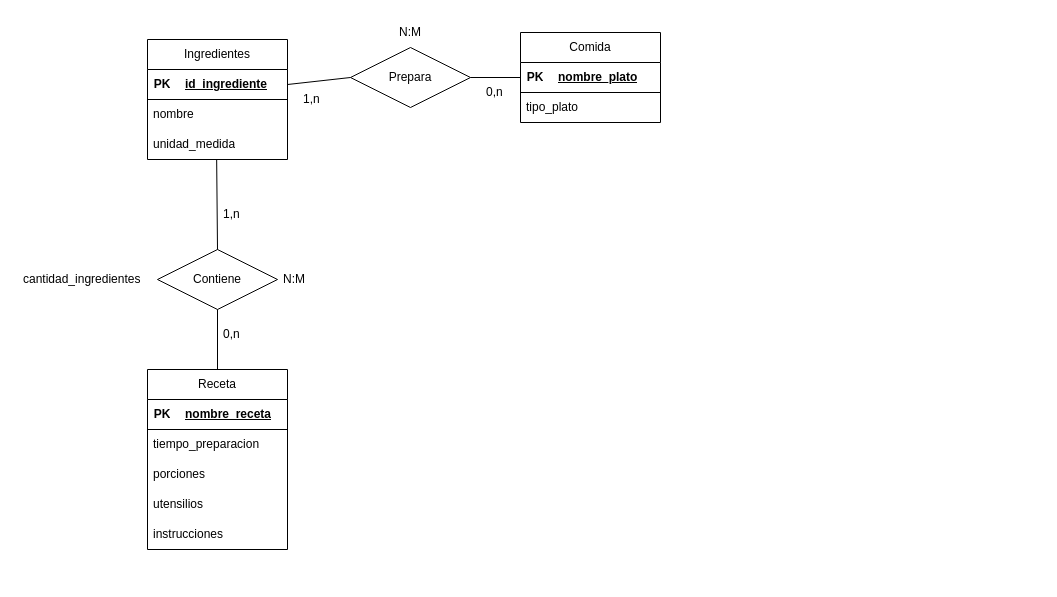
The draw.io diagram Ejercicio09.drawio in Daninuro/diagrames-cvf-dn-mpl-n-11102023, before the edit. Source tidied: cells renumbered, new cells numbered last; positions are measured from the earlier drawing's top-left corner, leaving out a move shared by most shapes. Both pictures are drawn from the tidied source at 100%, with x=0, y=0 at pixel (17, 17).
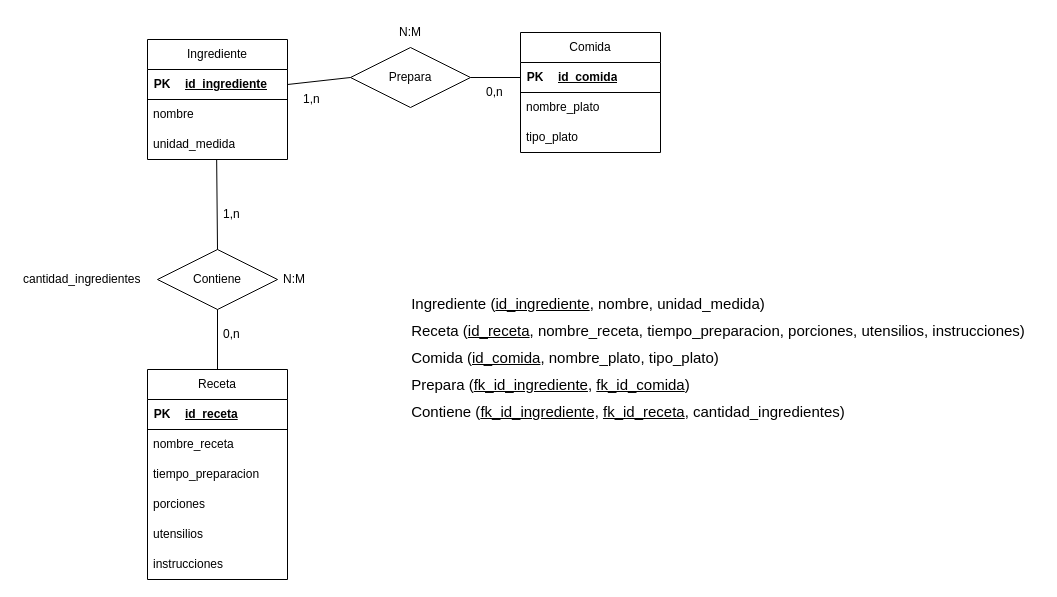
The same page after the edit.

The change refers to these unchanged cells:
```xml
<mxCell id="4" style="shape=tableRow;horizontal=0;startSize=0;swimlaneHead=0;swimlaneBody=0;fillColor=none;top=0;left=0;right=0;bottom=1;" parent="3" vertex="1">
  <mxGeometry width="140" height="30" as="geometry" />
</mxCell>
<mxCell id="20" style="shape=tableRow;horizontal=0;startSize=0;swimlaneHead=0;swimlaneBody=0;fillColor=none;points=[[0,0.5],[1,0.5]];portConstraint=eastwest;top=0;left=0;right=0;bottom=1;" parent="19" vertex="1">
  <mxGeometry width="140" height="30" as="geometry" />
</mxCell>
```

The edit, as a diff of the source:
```diff
@@
     <mxCell id="2" value="Receta" style="swimlane;fontStyle=0;horizontal=1;startSize=30;whiteSpace=wrap;html=1;" parent="1" vertex="1">
-      <mxGeometry x="130" y="352" width="140" height="180" as="geometry" />
+      <mxGeometry x="130" y="352" width="140" height="210" as="geometry" />
     </mxCell>
@@
-    <mxCell id="6" value="nombre_receta" style="shape=partialRectangle;fillColor=none;top=0;left=0;bottom=0;right=0;align=left;spacingLeft=6;fontStyle=5;overflow=hidden;whiteSpace=wrap;html=1;" parent="4" vertex="1">
+    <mxCell id="6" value="id_receta" style="shape=partialRectangle;fillColor=none;top=0;left=0;bottom=0;right=0;align=left;spacingLeft=6;fontStyle=5;overflow=hidden;whiteSpace=wrap;html=1;" parent="4" vertex="1">
       <mxGeometry x="30" width="110" height="30" as="geometry" />
     </mxCell>
-    <mxCell id="7" value="tiempo_preparacion" style="text;strokeColor=none;fillColor=none;align=left;verticalAlign=middle;spacingLeft=4;spacingRight=4;overflow=hidden;whiteSpace=wrap;html=1;" parent="2" vertex="1">
+    <mxCell id="7" value="nombre_receta" style="text;strokeColor=none;fillColor=none;align=left;verticalAlign=middle;spacingLeft=4;spacingRight=4;overflow=hidden;whiteSpace=wrap;html=1;" parent="2" vertex="1">
       <mxGeometry y="60" width="140" height="30" as="geometry" />
     </mxCell>
+    <mxCell id="37" value="tiempo_preparacion" style="text;strokeColor=none;fillColor=none;align=left;verticalAlign=middle;spacingLeft=4;spacingRight=4;overflow=hidden;whiteSpace=wrap;html=1;" parent="2" vertex="1">
+      <mxGeometry y="90" width="140" height="30" as="geometry" />
+    </mxCell>
     <mxCell id="8" value="porciones" style="text;strokeColor=none;fillColor=none;align=left;verticalAlign=middle;spacingLeft=4;spacingRight=4;overflow=hidden;whiteSpace=wrap;html=1;" parent="2" vertex="1">
-      <mxGeometry y="90" width="140" height="30" as="geometry" />
+      <mxGeometry y="120" width="140" height="30" as="geometry" />
     </mxCell>
     <mxCell id="9" value="utensilios" style="text;strokeColor=none;fillColor=none;align=left;verticalAlign=middle;spacingLeft=4;spacingRight=4;overflow=hidden;whiteSpace=wrap;html=1;" parent="2" vertex="1">
-      <mxGeometry y="120" width="140" height="30" as="geometry" />
+      <mxGeometry y="150" width="140" height="30" as="geometry" />
     </mxCell>
     <mxCell id="10" value="instrucciones" style="text;strokeColor=none;fillColor=none;align=left;verticalAlign=middle;spacingLeft=4;spacingRight=4;overflow=hidden;whiteSpace=wrap;html=1;" parent="2" vertex="1">
-      <mxGeometry y="150" width="140" height="30" as="geometry" />
+      <mxGeometry y="180" width="140" height="30" as="geometry" />
     </mxCell>
-    <mxCell id="11" value="Ingredientes" style="swimlane;fontStyle=0;horizontal=1;startSize=30;whiteSpace=wrap;html=1;" parent="1" vertex="1">
+    <mxCell id="11" value="Ingrediente" style="swimlane;fontStyle=0;horizontal=1;startSize=30;whiteSpace=wrap;html=1;" parent="1" vertex="1">
       <mxGeometry x="130" y="22" width="140" height="120" as="geometry" />
     </mxCell>
@@
     <mxCell id="18" value="Comida" style="swimlane;fontStyle=0;horizontal=1;startSize=30;whiteSpace=wrap;html=1;" parent="1" vertex="1">
-      <mxGeometry x="503" y="15" width="140" height="90" as="geometry" />
+      <mxGeometry x="503" y="15" width="140" height="120" as="geometry" />
     </mxCell>
@@
-    <mxCell id="22" value="nombre_plato" style="shape=partialRectangle;fillColor=none;top=0;left=0;bottom=0;right=0;align=left;spacingLeft=6;fontStyle=5;overflow=hidden;whiteSpace=wrap;html=1;" parent="20" vertex="1">
+    <mxCell id="22" value="id_comida" style="shape=partialRectangle;fillColor=none;top=0;left=0;bottom=0;right=0;align=left;spacingLeft=6;fontStyle=5;overflow=hidden;whiteSpace=wrap;html=1;" parent="20" vertex="1">
       <mxGeometry x="30" width="110" height="30" as="geometry" />
     </mxCell>
+    <mxCell id="38" value="nombre_plato" style="text;strokeColor=none;fillColor=none;align=left;verticalAlign=middle;spacingLeft=4;spacingRight=4;overflow=hidden;whiteSpace=wrap;html=1;" parent="18" vertex="1">
+      <mxGeometry y="60" width="140" height="30" as="geometry" />
+    </mxCell>
     <mxCell id="23" value="tipo_plato" style="text;strokeColor=none;fillColor=none;align=left;verticalAlign=middle;spacingLeft=4;spacingRight=4;overflow=hidden;whiteSpace=wrap;html=1;" parent="18" vertex="1">
-      <mxGeometry y="60" width="140" height="30" as="geometry" />
+      <mxGeometry y="90" width="140" height="30" as="geometry" />
     </mxCell>
@@
+    <mxCell id="39" value="&lt;div style=&quot;text-align: justify; line-height: 180%; font-size: 15px;&quot;&gt;&lt;span style=&quot;background-color: initial;&quot;&gt;&lt;font style=&quot;font-size: 15px;&quot;&gt;Ingrediente (&lt;u&gt;id_ingrediente&lt;/u&gt;, nombre, unidad_medida)&lt;/font&gt;&lt;/span&gt;&lt;/div&gt;&lt;div style=&quot;text-align: justify; line-height: 180%; font-size: 15px;&quot;&gt;&lt;span style=&quot;background-color: initial;&quot;&gt;&lt;font style=&quot;font-size: 15px;&quot;&gt;Receta (&lt;u&gt;id_receta&lt;/u&gt;, nombre_receta, tiempo_preparacion, porciones, utensilios, instrucciones)&lt;/font&gt;&lt;/span&gt;&lt;/div&gt;&lt;div style=&quot;text-align: justify; line-height: 180%; font-size: 15px;&quot;&gt;&lt;span style=&quot;background-color: initial;&quot;&gt;&lt;font style=&quot;font-size: 15px;&quot;&gt;Comida (&lt;u&gt;id_comida&lt;/u&gt;, nombre_plato, tipo_plato)&lt;/font&gt;&lt;/span&gt;&lt;/div&gt;&lt;div style=&quot;text-align: justify; line-height: 180%; font-size: 15px;&quot;&gt;Prepara (&lt;u&gt;fk_id_ingrediente&lt;/u&gt;, &lt;u&gt;fk_id_comida&lt;/u&gt;)&lt;/div&gt;&lt;div style=&quot;text-align: justify; line-height: 180%; font-size: 15px;&quot;&gt;Contiene (&lt;u&gt;fk_id_ingrediente,&lt;/u&gt;&amp;nbsp;&lt;u&gt;fk_id_receta&lt;/u&gt;, cantidad_ingredientes)&lt;/div&gt;" style="text;html=1;strokeColor=none;fillColor=none;align=center;verticalAlign=middle;whiteSpace=wrap;rounded=0;" parent="1" vertex="1">
+      <mxGeometry x="379" y="285" width="644" height="109" as="geometry" />
+    </mxCell>
```
